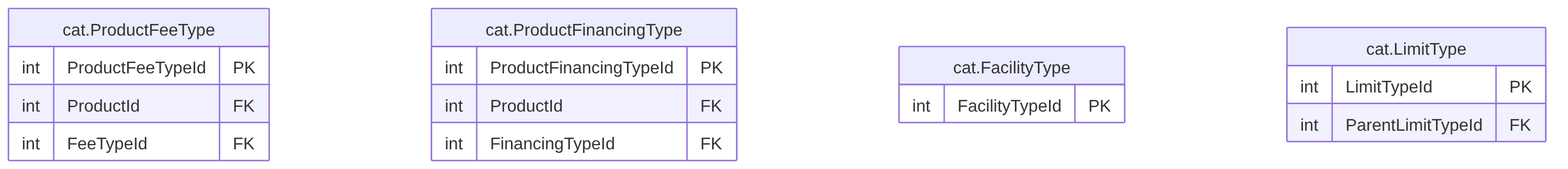
Above: treasury-platform/docs/diagrams/erd/m4_products_2.png in thawrasy/smartlines (Mermaid), before the change. Its source is kept beside it as treasury-platform/docs/diagrams/erd/m4_products_2.mmd.
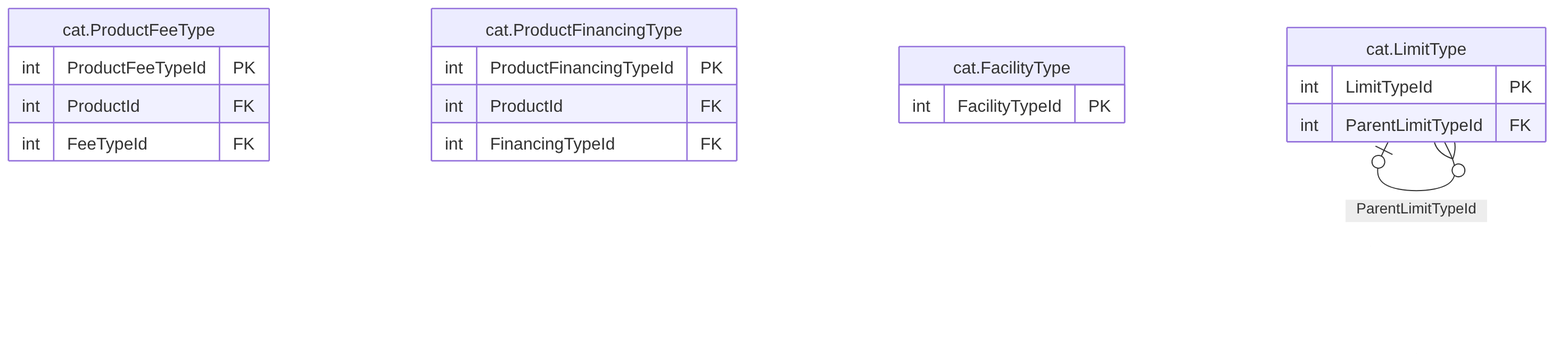
The same file after the commit.

Change to the diagram source:
```diff
@@ -16,3 +16,4 @@
     int LimitTypeId PK
     int ParentLimitTypeId FK
   }
+  cat_LimitType |o--o{ cat_LimitType : "ParentLimitTypeId"
```
